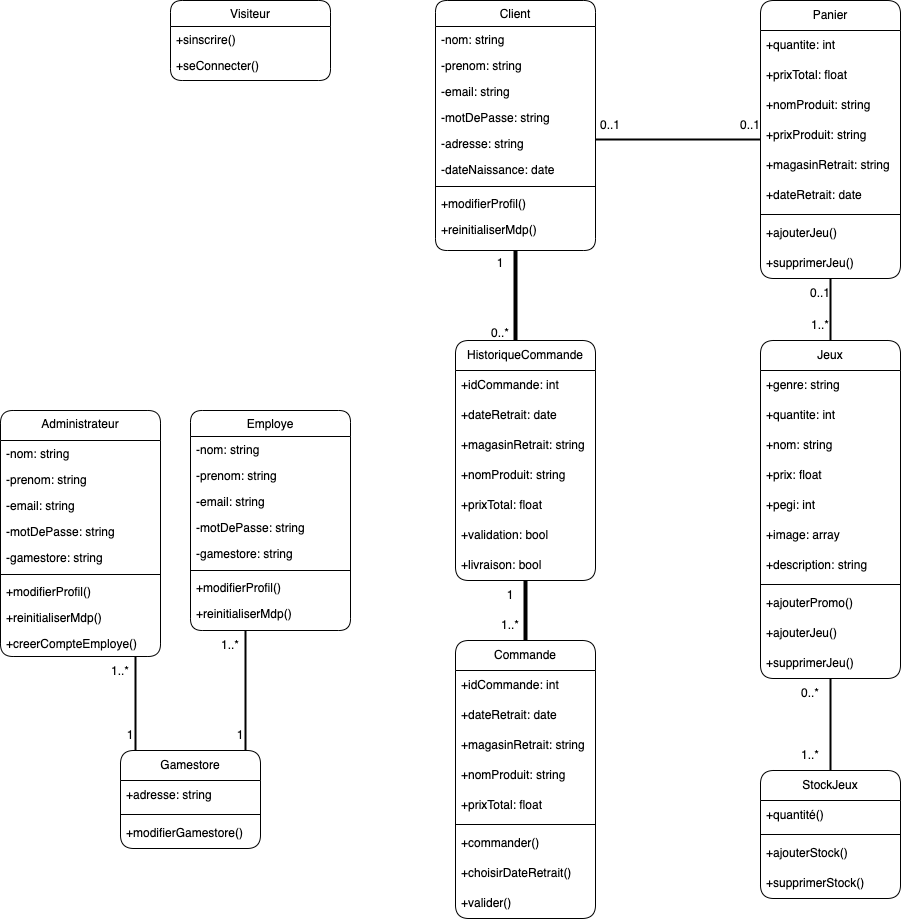
Before: Documentation technique/Diagramme de classe.png, a diagram exported from draw.io (Chloehlr12/ECF_Gamestore_Hilaire_Chloe). Source tidied: cells renumbered, new cells last; positions are measured from the earlier drawing's top-left corner, leaving out a move shared by most shapes.
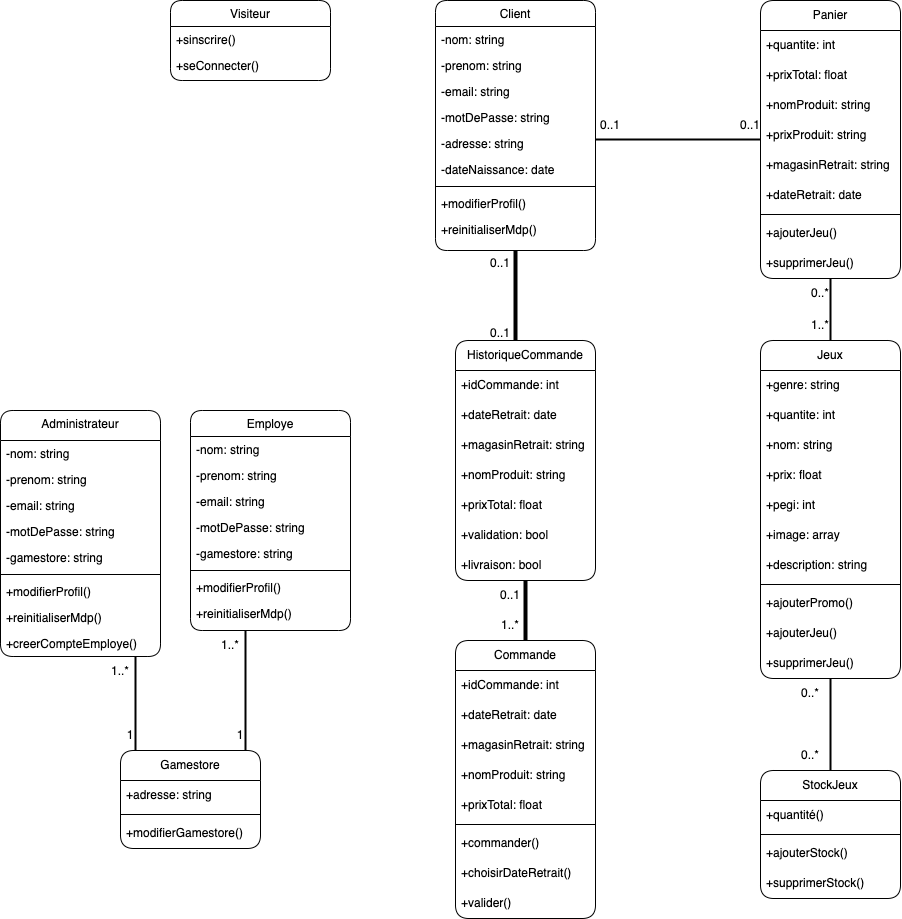
Above is the later version.

Commit message:
Mettre à jour Diagramme de classe.png

Change to the diagram source:
```diff
@@ -248,7 +248,7 @@
     <mxCell id="83" style="line;strokeWidth=2;direction=south;html=1;" parent="1" vertex="1">
       <mxGeometry x="825" y="678" width="10" height="92" as="geometry" />
     </mxCell>
-    <mxCell id="84" value="1..*" style="text;html=1;align=center;verticalAlign=middle;whiteSpace=wrap;rounded=0;" parent="1" vertex="1">
+    <mxCell id="84" value="0..*" style="text;html=1;align=center;verticalAlign=middle;whiteSpace=wrap;rounded=0;" parent="1" vertex="1">
       <mxGeometry x="780" y="740" width="60" height="30" as="geometry" />
     </mxCell>
     <mxCell id="85" value="0..*" style="text;html=1;align=center;verticalAlign=middle;whiteSpace=wrap;rounded=0;" parent="1" vertex="1">
@@ -287,16 +287,16 @@
     <mxCell id="96" value="1..*" style="text;html=1;align=center;verticalAlign=middle;whiteSpace=wrap;rounded=0;" parent="1" vertex="1">
       <mxGeometry x="790" y="310" width="60" height="30" as="geometry" />
     </mxCell>
-    <mxCell id="97" value="0..1" style="text;html=1;align=center;verticalAlign=middle;whiteSpace=wrap;rounded=0;" parent="1" vertex="1">
+    <mxCell id="97" value="0..*" style="text;html=1;align=center;verticalAlign=middle;whiteSpace=wrap;rounded=0;" parent="1" vertex="1">
       <mxGeometry x="790" y="278" width="60" height="30" as="geometry" />
     </mxCell>
     <mxCell id="98" style="line;strokeWidth=4;direction=south;html=1;perimeter=backbonePerimeter;" parent="1" vertex="1">
       <mxGeometry x="510" y="250" width="10" height="90" as="geometry" />
     </mxCell>
-    <mxCell id="99" value="0..*" style="text;html=1;align=center;verticalAlign=middle;whiteSpace=wrap;rounded=0;" parent="1" vertex="1">
+    <mxCell id="99" value="0..1" style="text;html=1;align=center;verticalAlign=middle;whiteSpace=wrap;rounded=0;" parent="1" vertex="1">
       <mxGeometry x="470" y="318" width="60" height="30" as="geometry" />
     </mxCell>
-    <mxCell id="100" value="1" style="text;html=1;align=center;verticalAlign=middle;whiteSpace=wrap;rounded=0;" parent="1" vertex="1">
+    <mxCell id="100" value="0..1" style="text;html=1;align=center;verticalAlign=middle;whiteSpace=wrap;rounded=0;" parent="1" vertex="1">
       <mxGeometry x="470" y="248" width="60" height="30" as="geometry" />
     </mxCell>
     <mxCell id="101" style="line;strokeWidth=4;direction=south;html=1;perimeter=backbonePerimeter;" parent="1" vertex="1">
@@ -305,7 +305,7 @@
     <mxCell id="102" value="1..*" style="text;html=1;align=center;verticalAlign=middle;whiteSpace=wrap;rounded=0;" parent="1" vertex="1">
       <mxGeometry x="480" y="610" width="60" height="30" as="geometry" />
     </mxCell>
-    <mxCell id="103" value="1" style="text;html=1;align=center;verticalAlign=middle;whiteSpace=wrap;rounded=0;" parent="1" vertex="1">
+    <mxCell id="103" value="0..1" style="text;html=1;align=center;verticalAlign=middle;whiteSpace=wrap;rounded=0;" parent="1" vertex="1">
       <mxGeometry x="480" y="580" width="60" height="30" as="geometry" />
     </mxCell>
   </root>
```
